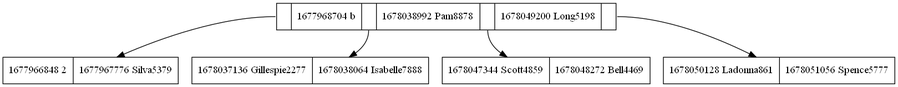
betebetoven/EDDS2F2 keeps this Graphviz diagram as arbolb.png. Above is the earlier version. Its source is kept beside it as arbolb.dot.
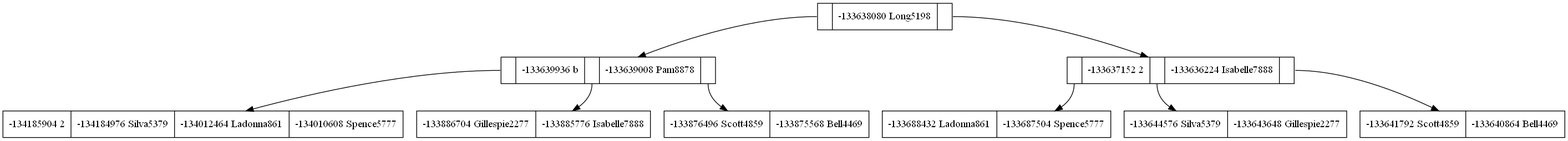
After the change.

Diff of the diagram source:
```diff
@@ -1,23 +1,39 @@
 digraph G {
 node[shape=record]
-R0x7f9f6403c540[label="<C1>|1677968704
- b|<C2>|1678038992
- Pam8878|<C3>|1678049200
- Long5198|<C4>"];
-R0x7f9f6403be00[label="1677966848
- 2|1677967776
- Silva5379"];
-R0x7f9f6404d090[label="1678037136
- Gillespie2277|1678038064
+R0x7f32f808d840[label="<C1>|-133638080
+ Long5198|<C2>"];
+R0x7f32f808d100[label="<C1>|-133639936
+ b|<C2>|-133639008
+ Pam8878|<C3>"];
+R0x7f32f8007c50[label="-134185904
+ 2|-134184976
+ Silva5379|-134012464
+ Ladonna861|-134010608
+ Spence5777"];
+R0x7f32f8050d10[label="-133886704
+ Gillespie2277|-133885776
  Isabelle7888"];
-R0x7f9f6404f870[label="1678047344
- Scott4859|1678048272
+R0x7f32f80534f0[label="-133876496
+ Scott4859|-133875568
  Bell4469"];
-R0x7f9f64050350[label="1678050128
- Ladonna861|1678051056
+R0x7f32f808dbe0[label="<C1>|-133637152
+ 2|<C2>|-133636224
+ Isabelle7888|<C3>"];
+R0x7f32f8081390[label="-133688432
+ Ladonna861|-133687504
  Spence5777"];
-R0x7f9f6403c540:C1->R0x7f9f6403be00;
-R0x7f9f6403c540:C2->R0x7f9f6404d090;
-R0x7f9f6403c540:C3->R0x7f9f6404f870;
-R0x7f9f6403c540:C4->R0x7f9f64050350;
+R0x7f32f808bee0[label="-133644576
+ Silva5379|-133643648
+ Gillespie2277"];
+R0x7f32f808c9c0[label="-133641792
+ Scott4859|-133640864
+ Bell4469"];
+R0x7f32f808d840:C1->R0x7f32f808d100;
+R0x7f32f808d100:C1->R0x7f32f8007c50;
+R0x7f32f808d100:C2->R0x7f32f8050d10;
+R0x7f32f808d100:C3->R0x7f32f80534f0;
+R0x7f32f808d840:C2->R0x7f32f808dbe0;
+R0x7f32f808dbe0:C1->R0x7f32f8081390;
+R0x7f32f808dbe0:C2->R0x7f32f808bee0;
+R0x7f32f808dbe0:C3->R0x7f32f808c9c0;
 }
```
